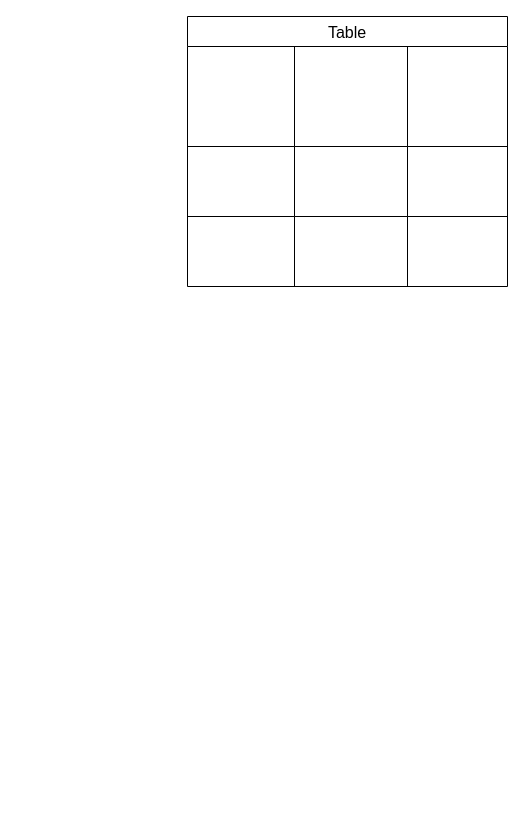
LeozinRomeiro/Modelagem_SENAI_CTM keeps this draw.io diagram as Caso de teste.drawio. Above is the earlier version. Source tidied: cells renumbered, new cells numbered last; positions are measured from the earlier drawing's top-left corner, leaving out a move shared by most shapes. Both pictures are drawn from the tidied source at 100%, with x=0, y=0 at pixel (187, 16).
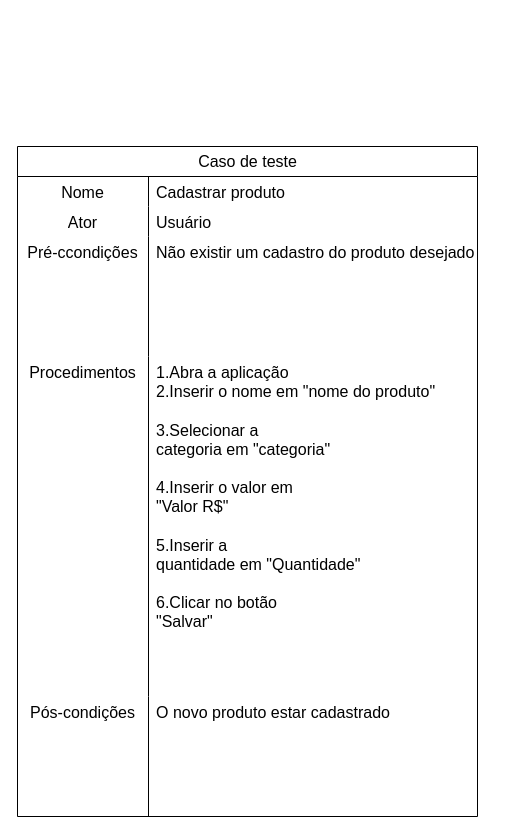
After the change.

Diff of the diagram source:
```diff
@@
 <mxGraphModel>
   <root>
     <mxCell id="0" />
     <mxCell id="1" parent="0" />
-    <mxCell id="2" value="Table" style="shape=table;startSize=30;childLayout=tableLayout;strokeColor=default;fontSize=16;" parent="1" vertex="1">
-      <mxGeometry width="320" height="270" as="geometry" />
-    </mxCell>
-    <mxCell id="3" style="shape=tableRow;horizontal=0;startSize=0;swimlaneHead=0;swimlaneBody=0;strokeColor=inherit;top=0;left=0;bottom=0;right=0;fillColor=none;fontSize=16;" parent="2" vertex="1">
-      <mxGeometry y="30" width="320" height="100" as="geometry" />
-    </mxCell>
-    <mxCell id="4" style="shape=partialRectangle;html=1;whiteSpace=wrap;strokeColor=inherit;overflow=hidden;fillColor=none;top=0;left=0;bottom=0;right=0;fontSize=16;" parent="3" vertex="1">
-      <mxGeometry width="107" height="100" as="geometry" />
-    </mxCell>
-    <mxCell id="5" style="shape=partialRectangle;html=1;whiteSpace=wrap;strokeColor=inherit;overflow=hidden;fillColor=none;top=0;left=0;bottom=0;right=0;fontSize=16;" parent="3" vertex="1">
-      <mxGeometry x="107" width="113" height="100" as="geometry" />
-    </mxCell>
-    <mxCell id="6" style="shape=partialRectangle;html=1;whiteSpace=wrap;strokeColor=inherit;overflow=hidden;fillColor=none;top=0;left=0;bottom=0;right=0;fontSize=16;" parent="3" vertex="1">
-      <mxGeometry x="220" width="100" height="100" as="geometry" />
-    </mxCell>
-    <mxCell id="7" style="shape=tableRow;horizontal=0;startSize=0;swimlaneHead=0;swimlaneBody=0;strokeColor=inherit;top=0;left=0;bottom=0;right=0;fillColor=none;fontSize=16;" parent="2" vertex="1">
-      <mxGeometry y="130" width="320" height="70" as="geometry" />
-    </mxCell>
-    <mxCell id="8" style="shape=partialRectangle;html=1;whiteSpace=wrap;strokeColor=inherit;overflow=hidden;fillColor=none;top=0;left=0;bottom=0;right=0;fontSize=16;" parent="7" vertex="1">
-      <mxGeometry width="107" height="70" as="geometry" />
-    </mxCell>
-    <mxCell id="9" style="shape=partialRectangle;html=1;whiteSpace=wrap;strokeColor=inherit;overflow=hidden;fillColor=none;top=0;left=0;bottom=0;right=0;fontSize=16;" parent="7" vertex="1">
-      <mxGeometry x="107" width="113" height="70" as="geometry" />
-    </mxCell>
-    <mxCell id="10" style="shape=partialRectangle;html=1;whiteSpace=wrap;strokeColor=inherit;overflow=hidden;fillColor=none;top=0;left=0;bottom=0;right=0;fontSize=16;" parent="7" vertex="1">
-      <mxGeometry x="220" width="100" height="70" as="geometry" />
-    </mxCell>
-    <mxCell id="11" style="shape=tableRow;horizontal=0;startSize=0;swimlaneHead=0;swimlaneBody=0;strokeColor=inherit;top=0;left=0;bottom=0;right=0;fillColor=none;fontSize=16;" parent="2" vertex="1">
-      <mxGeometry y="200" width="320" height="70" as="geometry" />
-    </mxCell>
-    <mxCell id="12" style="shape=partialRectangle;html=1;whiteSpace=wrap;strokeColor=inherit;overflow=hidden;fillColor=none;top=0;left=0;bottom=0;right=0;fontSize=16;" parent="11" vertex="1">
-      <mxGeometry width="107" height="70" as="geometry" />
-    </mxCell>
-    <mxCell id="13" style="shape=partialRectangle;html=1;whiteSpace=wrap;strokeColor=inherit;overflow=hidden;fillColor=none;top=0;left=0;bottom=0;right=0;fontSize=16;" parent="11" vertex="1">
-      <mxGeometry x="107" width="113" height="70" as="geometry" />
-    </mxCell>
-    <mxCell id="14" style="shape=partialRectangle;html=1;whiteSpace=wrap;strokeColor=inherit;overflow=hidden;fillColor=none;top=0;left=0;bottom=0;right=0;fontSize=16;" parent="11" vertex="1">
-      <mxGeometry x="220" width="100" height="70" as="geometry" />
-    </mxCell>
+    <mxCell id="15" value="Caso de teste" style="shape=table;startSize=30;childLayout=tableLayout;rowLines=0;fontStyle=0;strokeColor=default;fontSize=16;fontFamily=Helvetica;fontColor=default;fillColor=none;html=1;" parent="1" vertex="1">
+      <mxGeometry x="-170" y="130" width="460" height="670" as="geometry" />
+    </mxCell>
+    <mxCell id="16" style="shape=tableRow;horizontal=0;startSize=0;swimlaneHead=0;swimlaneBody=0;top=0;left=0;bottom=0;right=0;fillColor=none;strokeColor=inherit;fontSize=16;fontFamily=Helvetica;fontColor=default;html=1;" parent="15" vertex="1">
+      <mxGeometry y="30" width="460" height="30" as="geometry" />
+    </mxCell>
+    <mxCell id="17" value="Nome" style="shape=partialRectangle;html=1;whiteSpace=wrap;fillColor=none;top=0;left=0;bottom=0;right=0;overflow=hidden;strokeColor=inherit;fontSize=16;fontFamily=Helvetica;fontColor=default;startSize=30;verticalAlign=top;" parent="16" vertex="1">
+      <mxGeometry width="131" height="30" as="geometry" />
+    </mxCell>
+    <mxCell id="18" value="Cadastrar produto" style="shape=partialRectangle;html=1;whiteSpace=wrap;fillColor=none;top=0;left=0;bottom=0;right=0;align=left;spacingLeft=6;overflow=hidden;strokeColor=inherit;fontSize=16;fontFamily=Helvetica;fontColor=default;startSize=30;verticalAlign=top;" parent="16" vertex="1">
+      <mxGeometry x="131" width="329" height="30" as="geometry" />
+    </mxCell>
+    <mxCell id="19" style="shape=tableRow;horizontal=0;startSize=0;swimlaneHead=0;swimlaneBody=0;top=0;left=0;bottom=0;right=0;fillColor=none;strokeColor=inherit;fontSize=16;fontFamily=Helvetica;fontColor=default;html=1;" parent="15" vertex="1">
+      <mxGeometry y="60" width="460" height="30" as="geometry" />
+    </mxCell>
+    <mxCell id="20" value="Ator" style="shape=partialRectangle;html=1;whiteSpace=wrap;fillColor=none;top=0;left=0;bottom=0;right=0;overflow=hidden;strokeColor=inherit;fontSize=16;fontFamily=Helvetica;fontColor=default;startSize=30;verticalAlign=top;" parent="19" vertex="1">
+      <mxGeometry width="131" height="30" as="geometry" />
+    </mxCell>
+    <mxCell id="21" value="Usuário" style="shape=partialRectangle;html=1;whiteSpace=wrap;fillColor=none;top=0;left=0;bottom=0;right=0;align=left;spacingLeft=6;overflow=hidden;strokeColor=inherit;fontSize=16;fontFamily=Helvetica;fontColor=default;startSize=30;verticalAlign=top;" parent="19" vertex="1">
+      <mxGeometry x="131" width="329" height="30" as="geometry" />
+    </mxCell>
+    <mxCell id="22" style="shape=tableRow;horizontal=0;startSize=0;swimlaneHead=0;swimlaneBody=0;top=0;left=0;bottom=0;right=0;fillColor=none;strokeColor=inherit;fontSize=16;fontFamily=Helvetica;fontColor=default;html=1;" parent="15" vertex="1">
+      <mxGeometry y="90" width="460" height="120" as="geometry" />
+    </mxCell>
+    <mxCell id="23" value="Pré-ccondições" style="shape=partialRectangle;html=1;whiteSpace=wrap;fillColor=none;top=0;left=0;bottom=0;right=0;overflow=hidden;strokeColor=inherit;fontSize=16;fontFamily=Helvetica;fontColor=default;startSize=30;verticalAlign=top;" parent="22" vertex="1">
+      <mxGeometry width="131" height="120" as="geometry" />
+    </mxCell>
+    <mxCell id="24" value="Não existir um cadastro do produto desejado" style="shape=partialRectangle;html=1;whiteSpace=wrap;fillColor=none;top=0;left=0;bottom=0;right=0;align=left;spacingLeft=6;overflow=hidden;strokeColor=inherit;fontSize=16;fontFamily=Helvetica;fontColor=default;startSize=30;verticalAlign=top;" parent="22" vertex="1">
+      <mxGeometry x="131" width="329" height="120" as="geometry" />
+    </mxCell>
+    <mxCell id="25" style="shape=tableRow;horizontal=0;startSize=0;swimlaneHead=0;swimlaneBody=0;top=0;left=0;bottom=0;right=0;fillColor=none;strokeColor=inherit;fontSize=16;fontFamily=Helvetica;fontColor=default;html=1;" parent="15" vertex="1">
+      <mxGeometry y="210" width="460" height="340" as="geometry" />
+    </mxCell>
+    <mxCell id="26" value="Procedimentos" style="shape=partialRectangle;html=1;whiteSpace=wrap;fillColor=none;top=0;left=0;bottom=0;right=0;overflow=hidden;strokeColor=inherit;fontSize=16;fontFamily=Helvetica;fontColor=default;startSize=30;verticalAlign=top;" parent="25" vertex="1">
+      <mxGeometry width="131" height="340" as="geometry" />
+    </mxCell>
+    <mxCell id="27" value="1.Abra a aplicação&lt;br&gt;2.Inserir o nome em &quot;nome do produto&quot;&lt;br&gt;&lt;table style=&quot;border-collapse:&lt;br/&gt; collapse;width:200pt&quot; width=&quot;267&quot; cellspacing=&quot;0&quot; cellpadding=&quot;0&quot; border=&quot;0&quot;&gt;&lt;tbody&gt;&lt;tr style=&quot;height:15.0pt&quot; height=&quot;20&quot;&gt;&lt;br/&gt;  &lt;td style=&quot;height:15.0pt;width:200pt&quot; width=&quot;267&quot; height=&quot;20&quot;&gt;3.Selecionar a&lt;br/&gt;  categoria em &quot;categoria&quot;&lt;br&gt;&lt;table style=&quot;border-collapse:&lt;br/&gt; collapse;width:200pt&quot; width=&quot;267&quot; cellspacing=&quot;0&quot; cellpadding=&quot;0&quot; border=&quot;0&quot;&gt;&lt;tbody&gt;&lt;tr style=&quot;height:15.0pt&quot; height=&quot;20&quot;&gt;&lt;br/&gt;  &lt;td style=&quot;height:15.0pt;width:200pt&quot; width=&quot;267&quot; height=&quot;20&quot;&gt;4.Inserir o valor em&lt;br/&gt;  &quot;Valor R$&quot;&lt;br&gt;&lt;table style=&quot;border-collapse:&lt;br/&gt; collapse;width:200pt&quot; width=&quot;267&quot; cellspacing=&quot;0&quot; cellpadding=&quot;0&quot; border=&quot;0&quot;&gt;&lt;tbody&gt;&lt;tr style=&quot;height:15.0pt&quot; height=&quot;20&quot;&gt;&lt;br/&gt;  &lt;td style=&quot;height:15.0pt;width:200pt&quot; width=&quot;267&quot; height=&quot;20&quot;&gt;5.Inserir a&lt;br/&gt;  quantidade em &quot;Quantidade&quot;&lt;br&gt;&lt;table style=&quot;border-collapse:&lt;br/&gt; collapse;width:200pt&quot; width=&quot;267&quot; cellspacing=&quot;0&quot; cellpadding=&quot;0&quot; border=&quot;0&quot;&gt;&lt;tbody&gt;&lt;tr style=&quot;height:15.0pt&quot; height=&quot;20&quot;&gt;&lt;br/&gt;  &lt;td style=&quot;height:15.0pt;width:200pt&quot; width=&quot;267&quot; height=&quot;20&quot;&gt;6.Clicar no botão&lt;br/&gt;  &quot;Salvar&quot;&lt;/td&gt;&lt;/tr&gt;&lt;/tbody&gt;&lt;/table&gt;&lt;/td&gt;&lt;/tr&gt;&lt;/tbody&gt;&lt;/table&gt;&lt;/td&gt;&lt;/tr&gt;&lt;/tbody&gt;&lt;/table&gt;&lt;/td&gt;&lt;/tr&gt;&lt;/tbody&gt;&lt;/table&gt;" style="shape=partialRectangle;html=1;whiteSpace=wrap;fillColor=none;top=0;left=0;bottom=0;right=0;align=left;spacingLeft=6;overflow=hidden;strokeColor=inherit;fontSize=16;fontFamily=Helvetica;fontColor=default;startSize=30;verticalAlign=top;" parent="25" vertex="1">
+      <mxGeometry x="131" width="329" height="340" as="geometry" />
+    </mxCell>
+    <mxCell id="28" style="shape=tableRow;horizontal=0;startSize=0;swimlaneHead=0;swimlaneBody=0;top=0;left=0;bottom=0;right=0;fillColor=none;strokeColor=inherit;fontSize=16;fontFamily=Helvetica;fontColor=default;html=1;" parent="15" vertex="1">
+      <mxGeometry y="550" width="460" height="120" as="geometry" />
+    </mxCell>
+    <mxCell id="29" value="Pós-condições" style="shape=partialRectangle;html=1;whiteSpace=wrap;fillColor=none;top=0;left=0;bottom=0;right=0;overflow=hidden;strokeColor=inherit;fontSize=16;fontFamily=Helvetica;fontColor=default;startSize=30;verticalAlign=top;" parent="28" vertex="1">
+      <mxGeometry width="131" height="120" as="geometry" />
+    </mxCell>
+    <mxCell id="30" value="O novo produto estar cadastrado" style="shape=partialRectangle;html=1;whiteSpace=wrap;fillColor=none;top=0;left=0;bottom=0;right=0;align=left;spacingLeft=6;overflow=hidden;strokeColor=inherit;fontSize=16;fontFamily=Helvetica;fontColor=default;startSize=30;verticalAlign=top;" parent="28" vertex="1">
+      <mxGeometry x="131" width="329" height="120" as="geometry" />
+    </mxCell>
   </root>
 </mxGraphModel>
```
